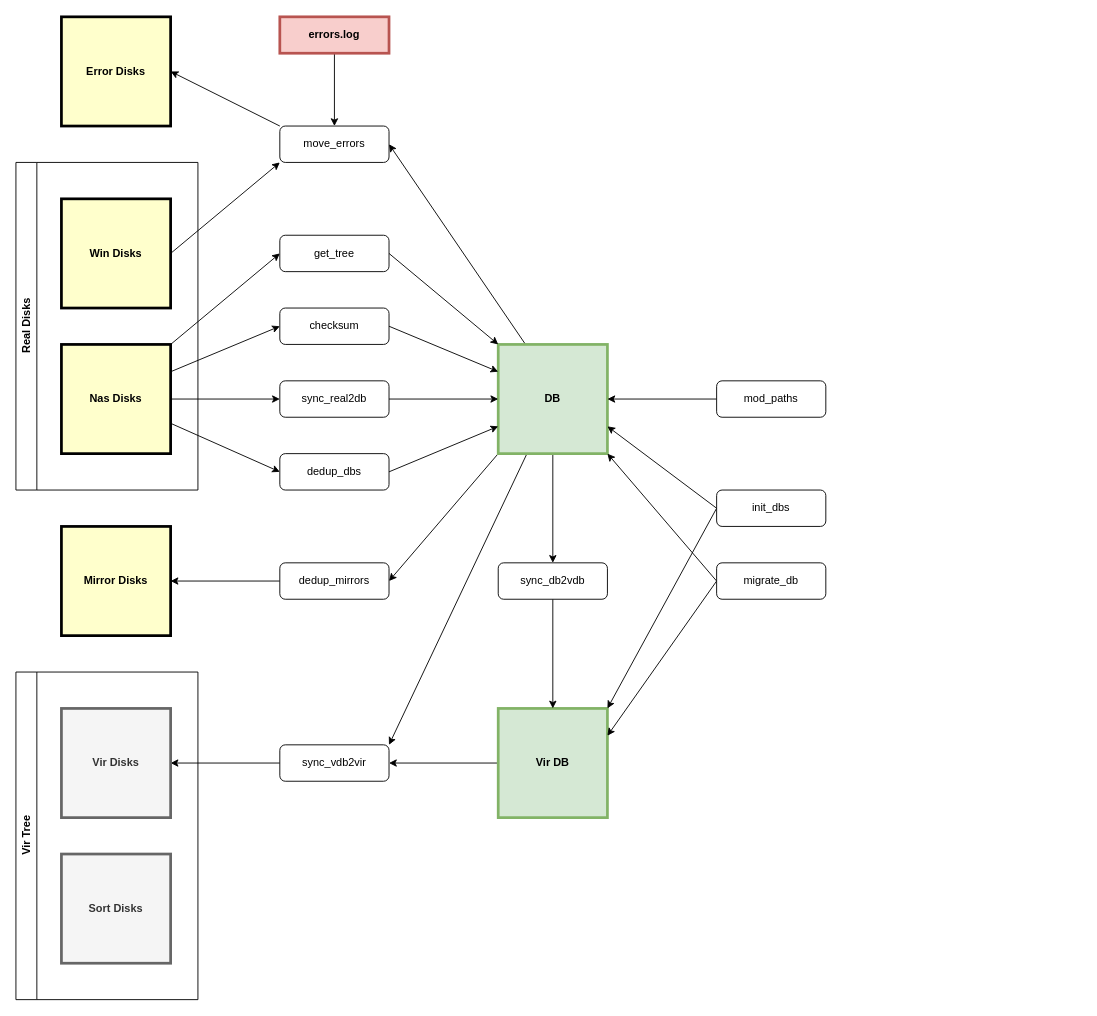
vagra/botools keeps this draw.io diagram as assets/charts.drawio. Above is the earlier version. Source tidied: cells renumbered, new cells numbered last; positions are measured from the earlier drawing's top-left corner, leaving out a move shared by most shapes. Both pictures are drawn from the tidied source at 91%, with x=0, y=0 at pixel (15, 16).
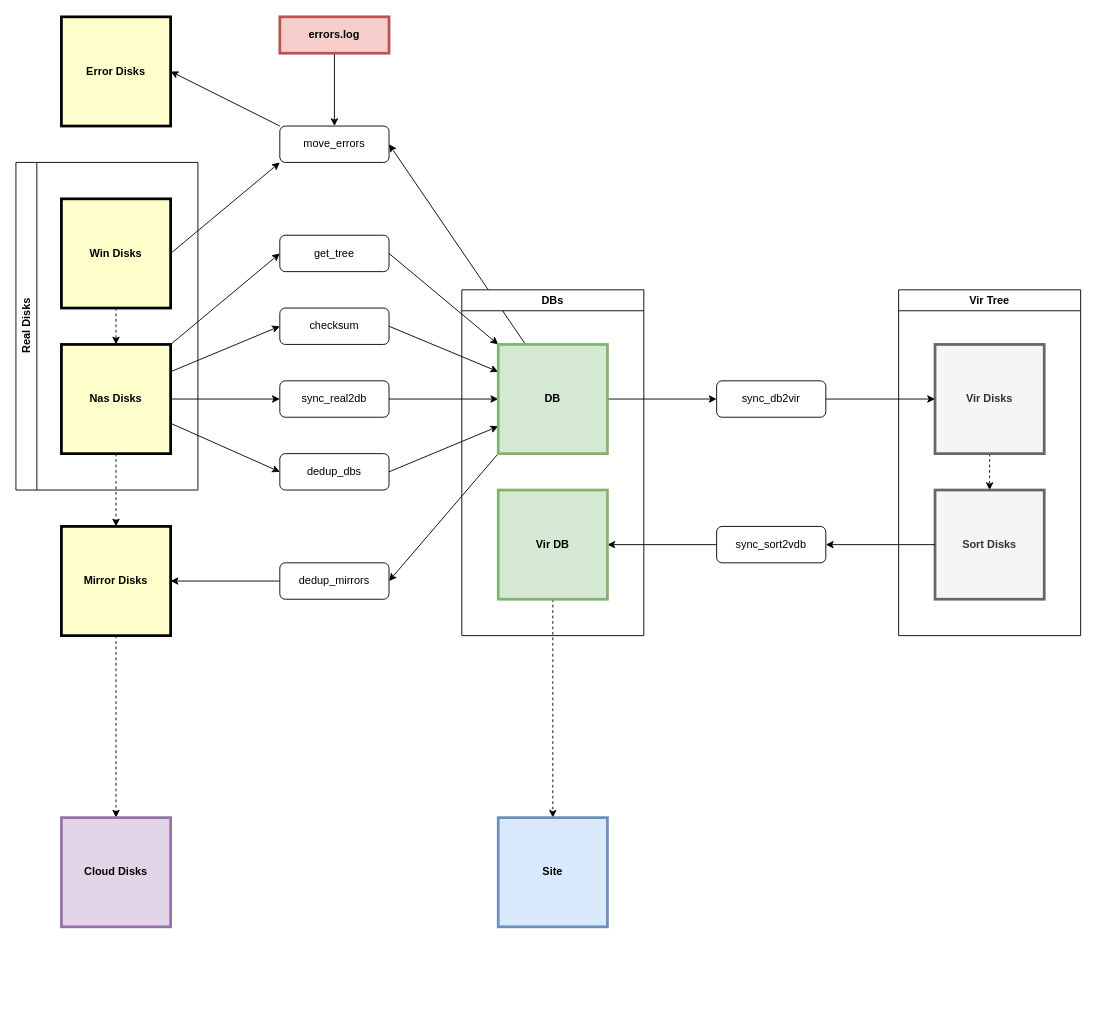
After the change.

The change refers to these unchanged cells:
```xml
<mxCell id="14" value="Mirror Disks" style="whiteSpace=wrap;align=center;verticalAlign=middle;fontStyle=1;strokeWidth=3;fillColor=#FFFFCC;" parent="1" vertex="1">
  <mxGeometry x="50" y="560" width="120" height="120" as="geometry" />
</mxCell>
```

The edit, as a diff of the source:
```diff
@@
+    <mxCell id="45" value="Vir Tree" style="swimlane;horizontal=1;whiteSpace=wrap;html=1;swimlaneLine=1;direction=east;" parent="1" vertex="1">
+      <mxGeometry x="970" y="300" width="200" height="380" as="geometry" />
+    </mxCell>
+    <mxCell id="48" style="edgeStyle=orthogonalEdgeStyle;rounded=0;jettySize=auto;html=1;dashed=1;" parent="45" edge="1" source="46" target="47">
+      <mxGeometry relative="1" as="geometry" />
+    </mxCell>
+    <mxCell id="46" value="Vir Disks" style="whiteSpace=wrap;align=center;verticalAlign=middle;fontStyle=1;strokeWidth=3;fillColor=#f5f5f5;strokeColor=#666666;fontColor=#333333;" parent="45" vertex="1">
+      <mxGeometry x="40" y="60" width="120" height="120" as="geometry" />
+    </mxCell>
+    <mxCell id="47" value="Sort Disks" style="whiteSpace=wrap;align=center;verticalAlign=middle;fontStyle=1;strokeWidth=3;fillColor=#f5f5f5;fontColor=#333333;strokeColor=#666666;" parent="45" vertex="1">
+      <mxGeometry x="40" y="220" width="120" height="120" as="geometry" />
+    </mxCell>
@@
-    <mxCell id="6" value="Nas Disks" style="whiteSpace=wrap;align=center;verticalAlign=middle;fontStyle=1;strokeWidth=3;fillColor=#FFFFCC;" parent="1" vertex="1">
-      <mxGeometry x="50" y="360" width="120" height="120" as="geometry" />
-    </mxCell>
+    <mxCell id="49" style="edgeStyle=orthogonalEdgeStyle;rounded=0;jettySize=auto;html=1;dashed=1;" parent="1" edge="1" source="6" target="14">
+      <mxGeometry relative="1" as="geometry" />
+    </mxCell>
@@
-    <mxCell id="9" style="rounded=0;jettySize=auto;html=1;entryX=0.5;entryY=0;entryDx=0;entryDy=0;" parent="1" edge="1" source="11" target="42">
+    <mxCell id="9" style="rounded=0;jettySize=auto;html=1;entryX=1;entryY=0.5;entryDx=0;entryDy=0;exitX=0;exitY=0.5;exitDx=0;exitDy=0;" parent="1" edge="1" source="47" target="42">
       <mxGeometry relative="1" as="geometry" />
     </mxCell>
-    <mxCell id="10" style="rounded=0;jettySize=auto;html=1;entryX=1;entryY=0;entryDx=0;entryDy=0;" parent="1" edge="1" source="11" target="44">
+    <mxCell id="10" style="rounded=0;jettySize=auto;html=1;entryX=0;entryY=0.5;entryDx=0;entryDy=0;" parent="1" edge="1" source="11" target="44">
       <mxGeometry relative="1" as="geometry" />
     </mxCell>
-    <mxCell id="11" value="DB" style="whiteSpace=wrap;align=center;verticalAlign=middle;fontStyle=1;strokeWidth=3;fillColor=#d5e8d4;strokeColor=#82b366;" parent="1" vertex="1">
-      <mxGeometry x="530" y="360" width="120" height="120" as="geometry" />
-    </mxCell>
-    <mxCell id="12" style="edgeStyle=orthogonalEdgeStyle;rounded=0;jettySize=auto;html=1;" parent="1" edge="1" source="13" target="44">
-      <mxGeometry relative="1" as="geometry" />
-    </mxCell>
-    <mxCell id="13" value="Vir DB" style="whiteSpace=wrap;align=center;verticalAlign=middle;fontStyle=1;strokeWidth=3;fillColor=#d5e8d4;strokeColor=#82b366;" parent="1" vertex="1">
-      <mxGeometry x="530" y="760" width="120" height="120" as="geometry" />
-    </mxCell>
+    <mxCell id="50" style="rounded=0;jettySize=auto;html=1;dashed=1;" parent="1" edge="1" source="13" target="53">
+      <mxGeometry relative="1" as="geometry" />
+    </mxCell>
+    <mxCell id="51" style="rounded=0;jettySize=auto;html=1;dashed=1;" parent="1" edge="1" source="14" target="52">
+      <mxGeometry relative="1" as="geometry" />
+    </mxCell>
@@
-    <mxCell id="18" style="rounded=0;jettySize=auto;html=1;exitX=0;exitY=0.5;exitDx=0;exitDy=0;entryX=1;entryY=0.75;entryDx=0;entryDy=0;" parent="1" edge="1" source="20" target="11">
-      <mxGeometry relative="1" as="geometry" />
-    </mxCell>
-    <mxCell id="19" style="rounded=0;jettySize=auto;html=1;entryX=1;entryY=0;entryDx=0;entryDy=0;exitX=0;exitY=0.5;exitDx=0;exitDy=0;" parent="1" edge="1" source="20" target="13">
-      <mxGeometry relative="1" as="geometry" />
-    </mxCell>
-    <mxCell id="20" value="init_dbs" style="rounded=1;whiteSpace=wrap;html=1;" parent="1" vertex="1">
-      <mxGeometry x="770" y="520" width="120" height="40" as="geometry" />
-    </mxCell>
@@
-    <mxCell id="34" value="Win Disks" style="whiteSpace=wrap;align=center;verticalAlign=middle;fontStyle=1;strokeWidth=3;fillColor=#FFFFCC;" parent="1" vertex="1">
-      <mxGeometry x="50" y="200" width="120" height="120" as="geometry" />
-    </mxCell>
-    <mxCell id="35" value="Real Disks" style="swimlane;horizontal=0;whiteSpace=wrap;html=1;" parent="1" vertex="1">
-      <mxGeometry y="160" width="200" height="360" as="geometry" />
-    </mxCell>
-    <mxCell id="36" style="rounded=0;jettySize=auto;html=1;exitX=0;exitY=0.5;exitDx=0;exitDy=0;entryX=1;entryY=0.5;entryDx=0;entryDy=0;" parent="1" edge="1" source="37" target="11">
-      <mxGeometry relative="1" as="geometry" />
-    </mxCell>
-    <mxCell id="37" value="mod_paths" style="rounded=1;whiteSpace=wrap;html=1;" parent="1" vertex="1">
-      <mxGeometry x="770" y="400" width="120" height="40" as="geometry" />
-    </mxCell>
-    <mxCell id="38" style="rounded=0;jettySize=auto;html=1;entryX=1;entryY=0.25;entryDx=0;entryDy=0;exitX=0;exitY=0.5;exitDx=0;exitDy=0;" parent="1" edge="1" source="40" target="13">
-      <mxGeometry relative="1" as="geometry" />
-    </mxCell>
-    <mxCell id="39" style="rounded=0;jettySize=auto;html=1;entryX=1;entryY=1;entryDx=0;entryDy=0;exitX=0;exitY=0.5;exitDx=0;exitDy=0;" parent="1" edge="1" source="40" target="11">
-      <mxGeometry relative="1" as="geometry" />
-    </mxCell>
-    <mxCell id="40" value="migrate_db" style="rounded=1;whiteSpace=wrap;html=1;" parent="1" vertex="1">
-      <mxGeometry x="770" y="600" width="120" height="40" as="geometry" />
-    </mxCell>
-    <mxCell id="41" style="rounded=0;jettySize=auto;html=1;exitX=0.5;exitY=1;exitDx=0;exitDy=0;" parent="1" edge="1" source="42" target="13">
+    <mxCell id="41" style="rounded=0;jettySize=auto;html=1;exitX=0;exitY=0.5;exitDx=0;exitDy=0;" parent="1" edge="1" source="42" target="13">
       <mxGeometry relative="1" as="geometry" />
     </mxCell>
-    <mxCell id="42" value="sync_db2vdb" style="rounded=1;whiteSpace=wrap;html=1;" parent="1" vertex="1">
-      <mxGeometry x="530" y="600" width="120" height="40" as="geometry" />
+    <mxCell id="42" value="sync_sort2vdb" style="rounded=1;whiteSpace=wrap;html=1;" parent="1" vertex="1">
+      <mxGeometry x="770" y="560" width="120" height="40" as="geometry" />
     </mxCell>
-    <mxCell id="43" style="edgeStyle=orthogonalEdgeStyle;rounded=0;jettySize=auto;html=1;" parent="1" edge="1" source="44" target="46">
+    <mxCell id="43" style="edgeStyle=none;rounded=0;jettySize=auto;html=1;entryX=0;entryY=0.5;entryDx=0;entryDy=0;" parent="1" edge="1" source="44" target="46">
       <mxGeometry relative="1" as="geometry" />
     </mxCell>
-    <mxCell id="44" value="sync_vdb2vir" style="rounded=1;whiteSpace=wrap;html=1;" parent="1" vertex="1">
-      <mxGeometry x="290" y="800" width="120" height="40" as="geometry" />
+    <mxCell id="44" value="sync_db2vir" style="rounded=1;whiteSpace=wrap;html=1;" parent="1" vertex="1">
+      <mxGeometry x="770" y="400" width="120" height="40" as="geometry" />
     </mxCell>
-    <mxCell id="45" value="Vir Tree" style="swimlane;horizontal=0;whiteSpace=wrap;html=1;" parent="1" vertex="1">
-      <mxGeometry y="720" width="200" height="360" as="geometry" />
-    </mxCell>
-    <mxCell id="46" value="Vir Disks" style="whiteSpace=wrap;align=center;verticalAlign=middle;fontStyle=1;strokeWidth=3;fillColor=#f5f5f5;strokeColor=#666666;fontColor=#333333;" parent="45" vertex="1">
-      <mxGeometry x="50" y="40" width="120" height="120" as="geometry" />
-    </mxCell>
-    <mxCell id="47" value="Sort Disks" style="whiteSpace=wrap;align=center;verticalAlign=middle;fontStyle=1;strokeWidth=3;fillColor=#f5f5f5;fontColor=#333333;strokeColor=#666666;" parent="45" vertex="1">
-      <mxGeometry x="50" y="200" width="120" height="120" as="geometry" />
-    </mxCell>
+    <mxCell id="52" value="Cloud Disks" style="whiteSpace=wrap;align=center;verticalAlign=middle;fontStyle=1;strokeWidth=3;fillColor=#e1d5e7;strokeColor=#9673a6;" parent="1" vertex="1">
+      <mxGeometry x="50" y="880" width="120" height="120" as="geometry" />
+    </mxCell>
+    <mxCell id="53" value="Site" style="whiteSpace=wrap;align=center;verticalAlign=middle;fontStyle=1;strokeWidth=3;fillColor=#dae8fc;strokeColor=#6c8ebf;" parent="1" vertex="1">
+      <mxGeometry x="530" y="880" width="120" height="120" as="geometry" />
+    </mxCell>
+    <mxCell id="54" style="group;" parent="1" vertex="1">
+      <mxGeometry x="490" y="300" width="200" height="380" as="geometry" />
+    </mxCell>
+    <mxCell id="55" value="DBs" style="swimlane;whiteSpace=wrap;html=1;" parent="54" vertex="1">
+      <mxGeometry width="200" height="380" as="geometry" />
+    </mxCell>
+    <mxCell id="11" value="DB" style="whiteSpace=wrap;align=center;verticalAlign=middle;fontStyle=1;strokeWidth=3;fillColor=#d5e8d4;strokeColor=#82b366;" parent="54" vertex="1">
+      <mxGeometry x="40" y="60" width="120" height="120" as="geometry" />
+    </mxCell>
+    <mxCell id="13" value="Vir DB" style="whiteSpace=wrap;align=center;verticalAlign=middle;fontStyle=1;strokeWidth=3;fillColor=#d5e8d4;strokeColor=#82b366;" parent="54" vertex="1">
+      <mxGeometry x="40" y="220" width="120" height="120" as="geometry" />
+    </mxCell>
+    <mxCell id="56" style="group;" parent="1" vertex="1">
+      <mxGeometry y="160" width="200" height="360" as="geometry" />
+    </mxCell>
+    <mxCell id="35" value="Real Disks" style="swimlane;horizontal=0;whiteSpace=wrap;html=1;" parent="56" vertex="1">
+      <mxGeometry width="200" height="360" as="geometry" />
+    </mxCell>
+    <mxCell id="6" value="Nas Disks" style="whiteSpace=wrap;align=center;verticalAlign=middle;fontStyle=1;strokeWidth=3;fillColor=#FFFFCC;" parent="56" vertex="1">
+      <mxGeometry x="50" y="200" width="120" height="120" as="geometry" />
+    </mxCell>
+    <mxCell id="34" value="Win Disks" style="whiteSpace=wrap;align=center;verticalAlign=middle;fontStyle=1;strokeWidth=3;fillColor=#FFFFCC;" parent="56" vertex="1">
+      <mxGeometry x="50" y="40" width="120" height="120" as="geometry" />
+    </mxCell>
+    <mxCell id="57" style="edgeStyle=orthogonalEdgeStyle;rounded=0;jettySize=auto;html=1;dashed=1;" parent="56" edge="1" source="34" target="6">
+      <mxGeometry relative="1" as="geometry" />
+    </mxCell>
```
